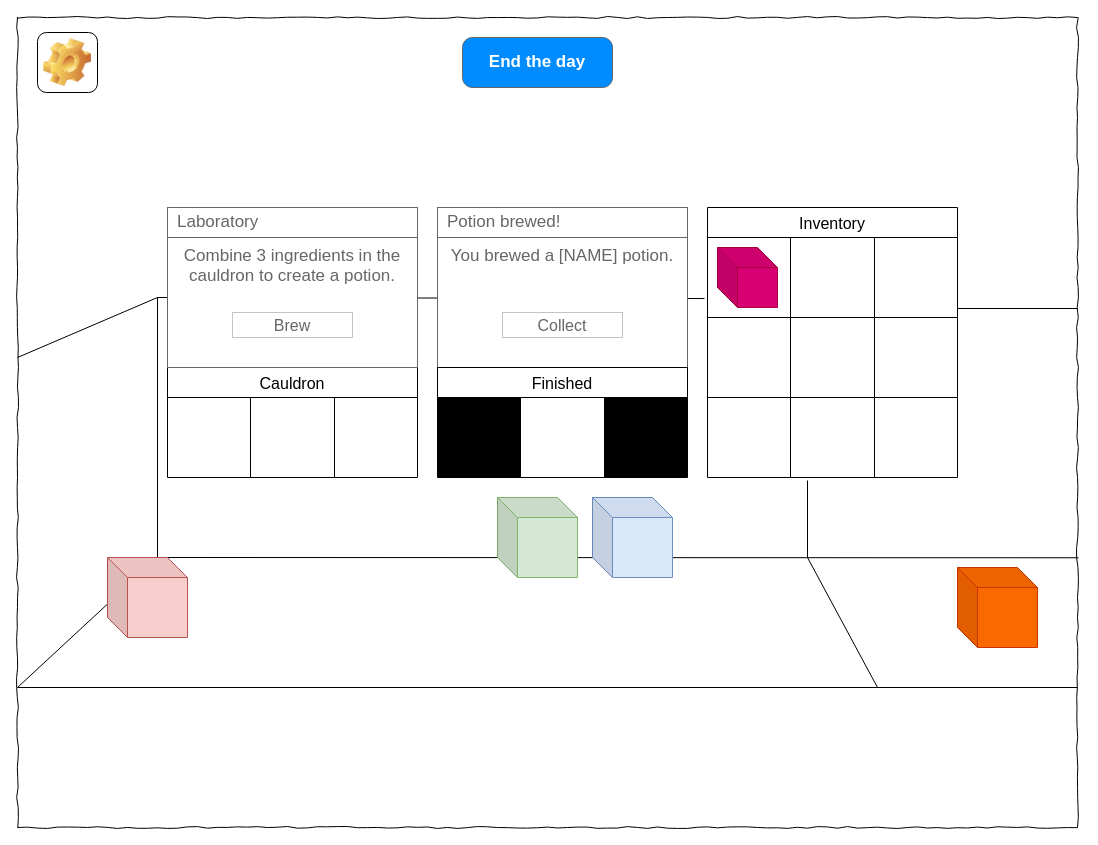
ZoraJayKay/User-Interface-Programming-Assessment-2 keeps this draw.io diagram as Diagrams/Laboratory potion.drawio. Above is the earlier version. Source tidied: cells renumbered, new cells numbered last; positions are measured from the earlier drawing's top-left corner, leaving out a move shared by most shapes. Both pictures are drawn from the tidied source at 100%, with x=0, y=0 at pixel (17, 17).
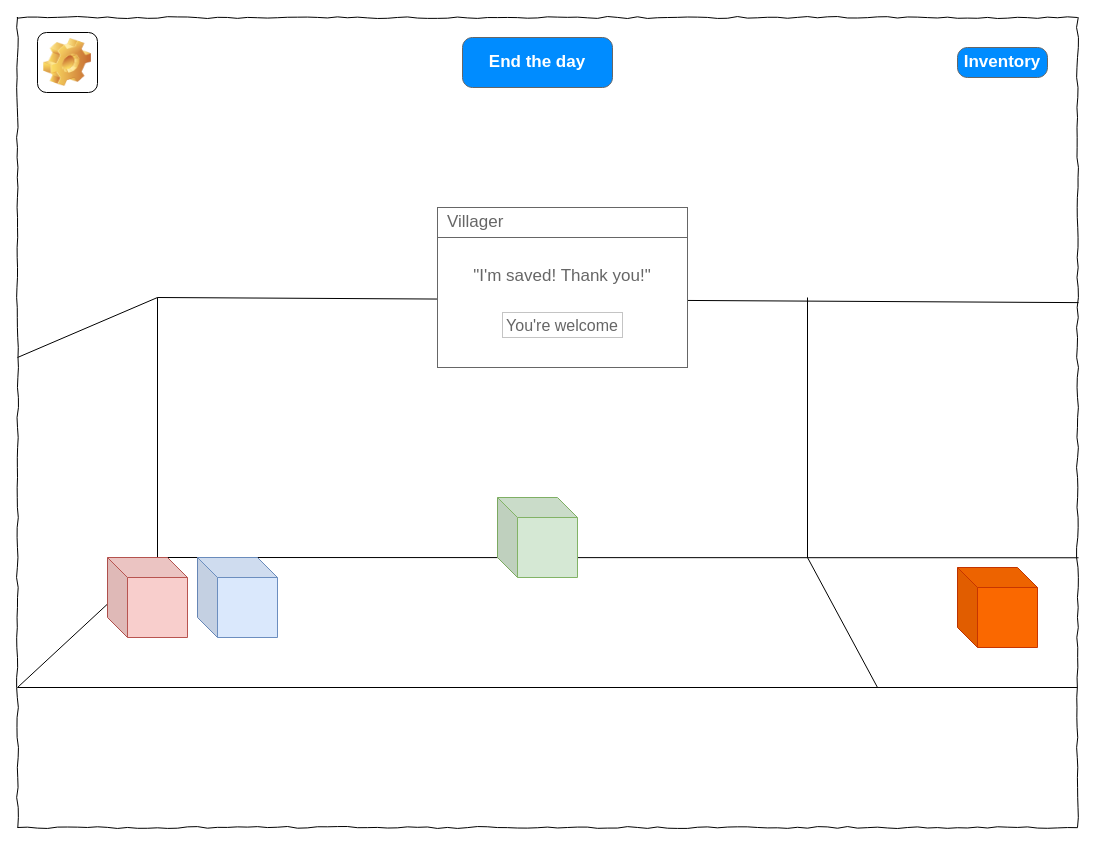
Above is the later version.

The change refers to these unchanged cells:
```xml
<mxCell id="20" style="whiteSpace=wrap;html=1;rounded=0;shadow=0;labelBackgroundColor=none;strokeColor=#000000;strokeWidth=1;fillColor=none;fontFamily=Verdana;fontSize=12;fontColor=#000000;align=center;comic=1;" parent="1" vertex="1">
  <mxGeometry width="1060" height="810" as="geometry" />
</mxCell>
```

What changed in the source:
```diff
@@
-    <mxCell id="2" value="Cauldron" style="shape=table;startSize=30;childLayout=tableLayout;strokeColor=default;fontSize=16;" parent="1" vertex="1">
-      <mxGeometry x="150" y="350" width="250" height="110" as="geometry" />
-    </mxCell>
-    <mxCell id="3" style="shape=tableRow;horizontal=0;startSize=0;swimlaneHead=0;swimlaneBody=0;strokeColor=inherit;top=0;left=0;bottom=0;right=0;fillColor=none;fontSize=16;" parent="2" vertex="1">
-      <mxGeometry y="30" width="250" height="80" as="geometry" />
-    </mxCell>
-    <mxCell id="4" style="shape=partialRectangle;html=1;whiteSpace=wrap;strokeColor=inherit;overflow=hidden;fillColor=none;top=0;left=0;bottom=0;right=0;fontSize=16;" parent="3" vertex="1">
-      <mxGeometry width="83" height="80" as="geometry" />
-    </mxCell>
-    <mxCell id="5" style="shape=partialRectangle;html=1;whiteSpace=wrap;strokeColor=inherit;overflow=hidden;fillColor=none;top=0;left=0;bottom=0;right=0;fontSize=16;" parent="3" vertex="1">
-      <mxGeometry x="83" width="84" height="80" as="geometry" />
-    </mxCell>
-    <mxCell id="6" style="shape=partialRectangle;html=1;whiteSpace=wrap;strokeColor=inherit;overflow=hidden;fillColor=none;top=0;left=0;bottom=0;right=0;fontSize=16;" parent="3" vertex="1">
-      <mxGeometry x="167" width="83" height="80" as="geometry" />
-    </mxCell>
-    <mxCell id="7" value="Inventory" style="shape=table;startSize=30;childLayout=tableLayout;strokeColor=default;fontSize=16;" parent="1" vertex="1">
-      <mxGeometry x="690" y="190" width="250" height="270" as="geometry" />
-    </mxCell>
-    <mxCell id="8" style="shape=tableRow;horizontal=0;startSize=0;swimlaneHead=0;swimlaneBody=0;strokeColor=inherit;top=0;left=0;bottom=0;right=0;fillColor=none;points=[[0,0.5],[1,0.5]];portConstraint=eastwest;fontSize=16;" parent="7" vertex="1">
-      <mxGeometry y="30" width="250" height="80" as="geometry" />
-    </mxCell>
-    <mxCell id="9" style="shape=partialRectangle;html=1;whiteSpace=wrap;strokeColor=inherit;overflow=hidden;fillColor=none;top=0;left=0;bottom=0;right=0;fontSize=16;" parent="8" vertex="1">
-      <mxGeometry width="83" height="80" as="geometry" />
-    </mxCell>
-    <mxCell id="10" style="shape=partialRectangle;html=1;whiteSpace=wrap;strokeColor=inherit;overflow=hidden;fillColor=none;top=0;left=0;bottom=0;right=0;fontSize=16;" parent="8" vertex="1">
-      <mxGeometry x="83" width="84" height="80" as="geometry" />
-    </mxCell>
-    <mxCell id="11" style="shape=partialRectangle;html=1;whiteSpace=wrap;strokeColor=inherit;overflow=hidden;fillColor=none;top=0;left=0;bottom=0;right=0;fontSize=16;" parent="8" vertex="1">
-      <mxGeometry x="167" width="83" height="80" as="geometry" />
-    </mxCell>
-    <mxCell id="12" style="shape=tableRow;horizontal=0;startSize=0;swimlaneHead=0;swimlaneBody=0;strokeColor=inherit;top=0;left=0;bottom=0;right=0;fillColor=none;fontSize=16;" parent="7" vertex="1">
-      <mxGeometry y="110" width="250" height="80" as="geometry" />
-    </mxCell>
-    <mxCell id="13" style="shape=partialRectangle;html=1;whiteSpace=wrap;strokeColor=inherit;overflow=hidden;fillColor=none;top=0;left=0;bottom=0;right=0;fontSize=16;" parent="12" vertex="1">
-      <mxGeometry width="83" height="80" as="geometry" />
-    </mxCell>
-    <mxCell id="14" style="shape=partialRectangle;html=1;whiteSpace=wrap;strokeColor=inherit;overflow=hidden;fillColor=none;top=0;left=0;bottom=0;right=0;fontSize=16;" parent="12" vertex="1">
-      <mxGeometry x="83" width="84" height="80" as="geometry" />
-    </mxCell>
-    <mxCell id="15" style="shape=partialRectangle;html=1;whiteSpace=wrap;strokeColor=inherit;overflow=hidden;fillColor=none;top=0;left=0;bottom=0;right=0;fontSize=16;" parent="12" vertex="1">
-      <mxGeometry x="167" width="83" height="80" as="geometry" />
-    </mxCell>
-    <mxCell id="16" style="shape=tableRow;horizontal=0;startSize=0;swimlaneHead=0;swimlaneBody=0;strokeColor=inherit;top=0;left=0;bottom=0;right=0;fillColor=none;points=[[0,0.5],[1,0.5]];portConstraint=eastwest;fontSize=16;" parent="7" vertex="1">
-      <mxGeometry y="190" width="250" height="80" as="geometry" />
-    </mxCell>
-    <mxCell id="17" style="shape=partialRectangle;html=1;whiteSpace=wrap;strokeColor=inherit;overflow=hidden;fillColor=none;top=0;left=0;bottom=0;right=0;fontSize=16;" parent="16" vertex="1">
-      <mxGeometry width="83" height="80" as="geometry" />
-    </mxCell>
-    <mxCell id="18" style="shape=partialRectangle;html=1;whiteSpace=wrap;strokeColor=inherit;overflow=hidden;fillColor=none;top=0;left=0;bottom=0;right=0;fontSize=16;" parent="16" vertex="1">
-      <mxGeometry x="83" width="84" height="80" as="geometry" />
-    </mxCell>
-    <mxCell id="19" style="shape=partialRectangle;html=1;whiteSpace=wrap;strokeColor=inherit;overflow=hidden;fillColor=none;top=0;left=0;bottom=0;right=0;fontSize=16;" parent="16" vertex="1">
-      <mxGeometry x="167" width="83" height="80" as="geometry" />
-    </mxCell>
@@
-    <mxCell id="26" style="endArrow=none;html=1;rounded=0;entryX=-0.012;entryY=0.763;entryDx=0;entryDy=0;entryPerimeter=0;" parent="1" edge="1" target="8">
+    <mxCell id="26" style="endArrow=none;html=1;rounded=0;entryX=1.001;entryY=0.352;entryDx=0;entryDy=0;entryPerimeter=0;" parent="1" edge="1" target="20">
       <mxGeometry relative="1" as="geometry">
         <mxPoint x="140" y="280" as="sourcePoint" />
       </mxGeometry>
     </mxCell>
@@
     <mxCell id="28" style="shape=cube;whiteSpace=wrap;html=1;boundedLbl=1;backgroundOutline=1;darkOpacity=0.05;darkOpacity2=0.1;fillColor=#dae8fc;strokeColor=#6c8ebf;" parent="1" vertex="1">
-      <mxGeometry x="575" y="480" width="80" height="80" as="geometry" />
+      <mxGeometry x="180" y="540" width="80" height="80" as="geometry" />
     </mxCell>
@@
-    <mxCell id="30" style="endArrow=none;html=1;rounded=0;entryX=0.4;entryY=1.038;entryDx=0;entryDy=0;entryPerimeter=0;" parent="1" edge="1" target="16">
+    <mxCell id="30" style="endArrow=none;html=1;rounded=0;" parent="1" edge="1">
       <mxGeometry relative="1" as="geometry">
         <mxPoint x="790" y="540" as="sourcePoint" />
+        <mxPoint x="790" y="280" as="targetPoint" />
       </mxGeometry>
     </mxCell>
@@
-    <mxCell id="33" value="Combine 3 ingredients in the cauldron to create a potion." style="strokeWidth=1;shadow=0;dashed=0;align=center;html=1;shape=mxgraph.mockup.containers.rrect;rSize=0;strokeColor=#666666;fontColor=#666666;fontSize=17;verticalAlign=top;whiteSpace=wrap;fillColor=#ffffff;spacingTop=32;" parent="1" vertex="1">
-      <mxGeometry x="150" y="190" width="250" height="160" as="geometry" />
-    </mxCell>
-    <mxCell id="34" value="Laboratory" style="strokeWidth=1;shadow=0;dashed=0;align=center;html=1;shape=mxgraph.mockup.containers.rrect;rSize=0;fontSize=17;fontColor=#666666;strokeColor=#666666;align=left;spacingLeft=8;fillColor=#ffffff;whiteSpace=wrap;" parent="33" vertex="1">
-      <mxGeometry width="250" height="30" relative="1" as="geometry" />
-    </mxCell>
-    <mxCell id="35" value="Brew" style="strokeWidth=1;shadow=0;dashed=0;align=center;html=1;shape=mxgraph.mockup.containers.rrect;rSize=0;fontSize=16;fontColor=#666666;strokeColor=#c4c4c4;whiteSpace=wrap;fillColor=#ffffff;" parent="33" vertex="1">
-      <mxGeometry x="0.5" y="1" width="120" height="25" relative="1" as="geometry">
-        <mxPoint x="-60" y="-55" as="offset" />
-      </mxGeometry>
-    </mxCell>
-    <mxCell id="36" style="endArrow=none;html=1;rounded=0;" parent="1" edge="1">
-      <mxGeometry relative="1" as="geometry">
-        <mxPoint x="940" y="291" as="sourcePoint" />
-        <mxPoint x="1060" y="291" as="targetPoint" />
-      </mxGeometry>
-    </mxCell>
-    <mxCell id="37" value="You brewed a [NAME] potion." style="strokeWidth=1;shadow=0;dashed=0;align=center;html=1;shape=mxgraph.mockup.containers.rrect;rSize=0;strokeColor=#666666;fontColor=#666666;fontSize=17;verticalAlign=top;whiteSpace=wrap;fillColor=#ffffff;spacingTop=32;" parent="1" vertex="1">
-      <mxGeometry x="420" y="190" width="250" height="160" as="geometry" />
-    </mxCell>
-    <mxCell id="38" value="Potion brewed!" style="strokeWidth=1;shadow=0;dashed=0;align=center;html=1;shape=mxgraph.mockup.containers.rrect;rSize=0;fontSize=17;fontColor=#666666;strokeColor=#666666;align=left;spacingLeft=8;fillColor=#ffffff;whiteSpace=wrap;" parent="37" vertex="1">
-      <mxGeometry width="250" height="30" relative="1" as="geometry" />
-    </mxCell>
-    <mxCell id="39" value="Collect" style="strokeWidth=1;shadow=0;dashed=0;align=center;html=1;shape=mxgraph.mockup.containers.rrect;rSize=0;fontSize=16;fontColor=#666666;strokeColor=#c4c4c4;whiteSpace=wrap;fillColor=#ffffff;" parent="37" vertex="1">
-      <mxGeometry x="0.5" y="1" width="120" height="25" relative="1" as="geometry">
-        <mxPoint x="-60" y="-55" as="offset" />
-      </mxGeometry>
-    </mxCell>
-    <mxCell id="40" value="Finished" style="shape=table;startSize=30;childLayout=tableLayout;strokeColor=default;fontSize=16;" parent="1" vertex="1">
-      <mxGeometry x="420" y="350" width="250" height="110" as="geometry" />
-    </mxCell>
-    <mxCell id="41" style="shape=tableRow;horizontal=0;startSize=0;swimlaneHead=0;swimlaneBody=0;strokeColor=inherit;top=0;left=0;bottom=0;right=0;fillColor=none;fontSize=16;" parent="40" vertex="1">
-      <mxGeometry y="30" width="250" height="80" as="geometry" />
-    </mxCell>
-    <mxCell id="42" style="shape=partialRectangle;html=1;whiteSpace=wrap;strokeColor=inherit;overflow=hidden;fillColor=#000000;top=0;left=0;bottom=0;right=0;fontSize=16;fontColor=#000000;" parent="41" vertex="1">
-      <mxGeometry width="83" height="80" as="geometry" />
-    </mxCell>
-    <mxCell id="43" style="shape=partialRectangle;html=1;whiteSpace=wrap;strokeColor=inherit;overflow=hidden;fillColor=none;top=0;left=0;bottom=0;right=0;fontSize=16;fontColor=#000000;" parent="41" vertex="1">
-      <mxGeometry x="83" width="84" height="80" as="geometry" />
-    </mxCell>
-    <mxCell id="44" style="shape=partialRectangle;html=1;whiteSpace=wrap;strokeColor=inherit;overflow=hidden;fillColor=#000000;top=0;left=0;bottom=0;right=0;fontSize=16;fontColor=#000000;" parent="41" vertex="1">
-      <mxGeometry x="167" width="83" height="80" as="geometry" />
-    </mxCell>
-    <mxCell id="45" style="shape=cube;whiteSpace=wrap;html=1;boundedLbl=1;backgroundOutline=1;darkOpacity=0.05;darkOpacity2=0.1;fillColor=#d80073;strokeColor=#A50040;fontColor=#ffffff;" parent="1" vertex="1">
-      <mxGeometry x="700" y="230" width="60" height="60" as="geometry" />
-    </mxCell>
+    <mxCell id="48" value="&lt;br&gt;&quot;I'm saved! Thank you!&quot;" style="strokeWidth=1;shadow=0;dashed=0;align=center;html=1;shape=mxgraph.mockup.containers.rrect;rSize=0;strokeColor=#666666;fontColor=#666666;fontSize=17;verticalAlign=top;whiteSpace=wrap;fillColor=#ffffff;spacingTop=32;" parent="1" vertex="1">
+      <mxGeometry x="420" y="190" width="250" height="160" as="geometry" />
+    </mxCell>
+    <mxCell id="49" value="Villager" style="strokeWidth=1;shadow=0;dashed=0;align=center;html=1;shape=mxgraph.mockup.containers.rrect;rSize=0;fontSize=17;fontColor=#666666;strokeColor=#666666;align=left;spacingLeft=8;fillColor=#ffffff;whiteSpace=wrap;" parent="48" vertex="1">
+      <mxGeometry width="250" height="30" relative="1" as="geometry" />
+    </mxCell>
+    <mxCell id="50" value="You're welcome" style="strokeWidth=1;shadow=0;dashed=0;align=center;html=1;shape=mxgraph.mockup.containers.rrect;rSize=0;fontSize=16;fontColor=#666666;strokeColor=#c4c4c4;whiteSpace=wrap;fillColor=#ffffff;" parent="48" vertex="1">
+      <mxGeometry x="0.5" y="1" width="120" height="25" relative="1" as="geometry">
+        <mxPoint x="-60" y="-55" as="offset" />
+      </mxGeometry>
+    </mxCell>
@@
+    <mxCell id="7" value="Inventory" style="strokeWidth=1;shadow=0;dashed=0;align=center;html=1;shape=mxgraph.mockup.buttons.button;strokeColor=#666666;fontColor=#ffffff;mainText=;buttonStyle=round;fontSize=17;fontStyle=1;fillColor=#008cff;whiteSpace=wrap;" parent="1" vertex="1">
+      <mxGeometry x="940" y="30" width="90" height="30" as="geometry" />
+    </mxCell>
```
